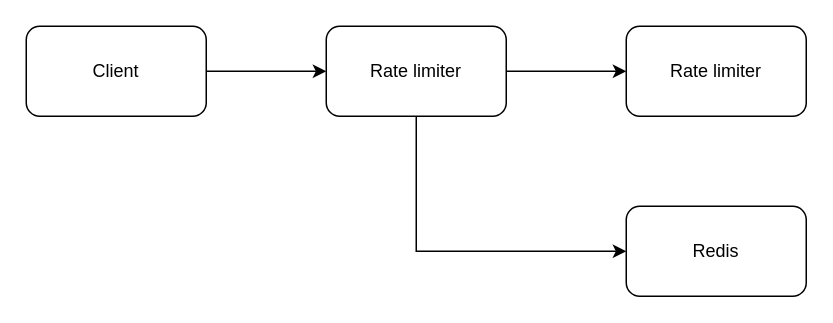
This is img/system-design/rate-limiter1.drawio from riehseun/riehseun.github.io, a draw.io file, before an edit. Source tidied: cells renumbered, new cells numbered last; positions are measured from the earlier drawing's top-left corner, leaving out a move shared by most shapes. Both pictures are drawn from the tidied source at 150%, with x=0, y=0 at pixel (26, 26).
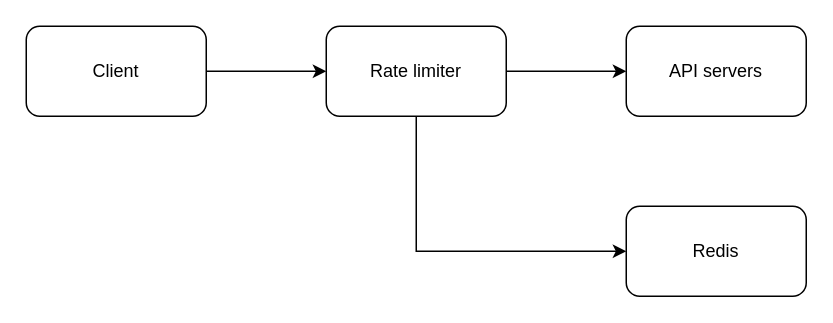
Above is the later version.

Diff of the diagram source:
```diff
@@
 <mxGraphModel>
   <root>
     <mxCell id="0" />
     <mxCell id="1" parent="0" />
     <mxCell id="2" style="edgeStyle=orthogonalEdgeStyle;rounded=0;jettySize=auto;html=1;exitX=1;exitY=0.5;exitDx=0;exitDy=0;entryX=0;entryY=0.5;entryDx=0;entryDy=0;" parent="1" edge="1" source="3" target="6">
       <mxGeometry relative="1" as="geometry" />
     </mxCell>
     <mxCell id="3" value="Client" style="rounded=1;whiteSpace=wrap;html=1;" parent="1" vertex="1">
       <mxGeometry width="120" height="60" as="geometry" />
     </mxCell>
     <mxCell id="4" style="edgeStyle=orthogonalEdgeStyle;rounded=0;jettySize=auto;html=1;exitX=1;exitY=0.5;exitDx=0;exitDy=0;entryX=0;entryY=0.5;entryDx=0;entryDy=0;" parent="1" edge="1" source="6" target="7">
       <mxGeometry relative="1" as="geometry" />
     </mxCell>
     <mxCell id="5" style="edgeStyle=orthogonalEdgeStyle;rounded=0;jettySize=auto;html=1;exitX=0.5;exitY=1;exitDx=0;exitDy=0;entryX=0;entryY=0.5;entryDx=0;entryDy=0;" parent="1" edge="1" source="6" target="8">
       <mxGeometry relative="1" as="geometry" />
     </mxCell>
     <mxCell id="6" value="Rate limiter" style="rounded=1;whiteSpace=wrap;html=1;" parent="1" vertex="1">
       <mxGeometry x="200" width="120" height="60" as="geometry" />
     </mxCell>
-    <mxCell id="7" value="Rate limiter" style="rounded=1;whiteSpace=wrap;html=1;" parent="1" vertex="1">
+    <mxCell id="7" value="API servers" style="rounded=1;whiteSpace=wrap;html=1;" parent="1" vertex="1">
       <mxGeometry x="400" width="120" height="60" as="geometry" />
     </mxCell>
     <mxCell id="8" value="Redis" style="rounded=1;whiteSpace=wrap;html=1;" parent="1" vertex="1">
       <mxGeometry x="400" y="120" width="120" height="60" as="geometry" />
     </mxCell>
   </root>
 </mxGraphModel>
```
